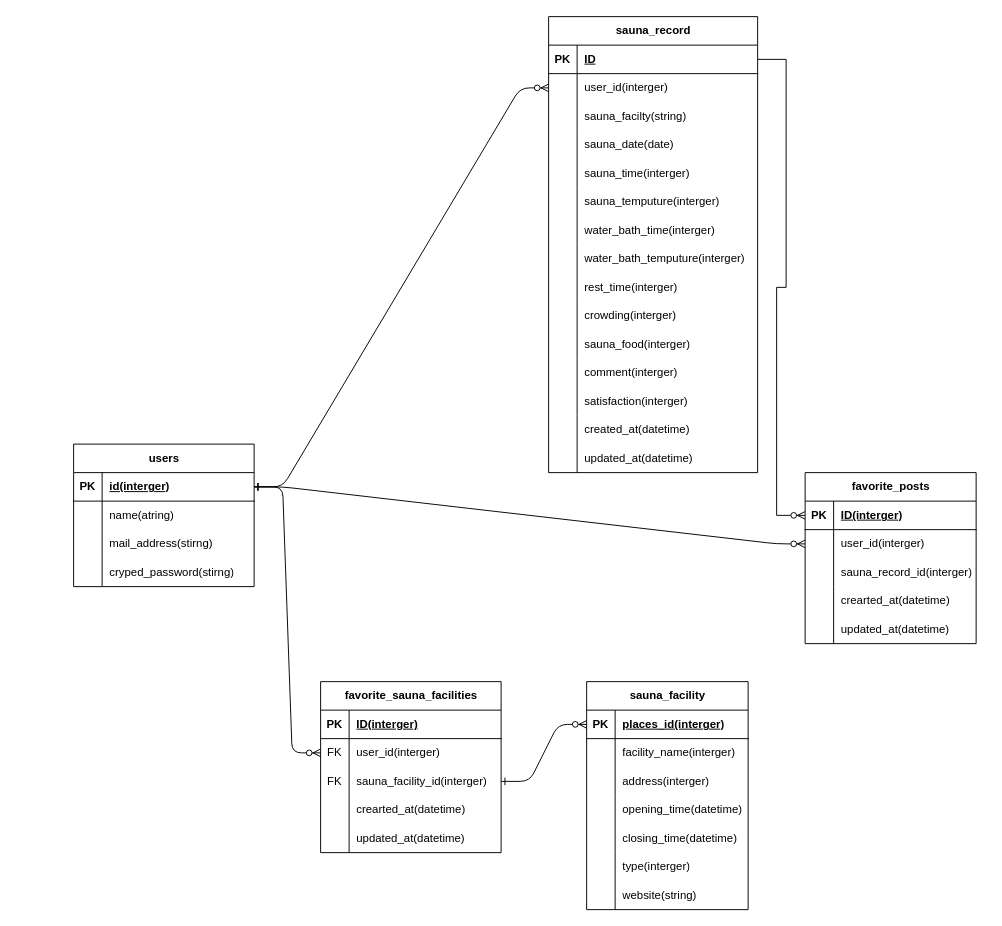
This is ER.drawio from kakaka1996/sauna_app, a draw.io file, before an edit. Source tidied: cells renumbered, new cells numbered last; positions are measured from the earlier drawing's top-left corner, leaving out a move shared by most shapes. Both pictures are drawn from the tidied source at 95%, with x=0, y=0 at pixel (73, 16).
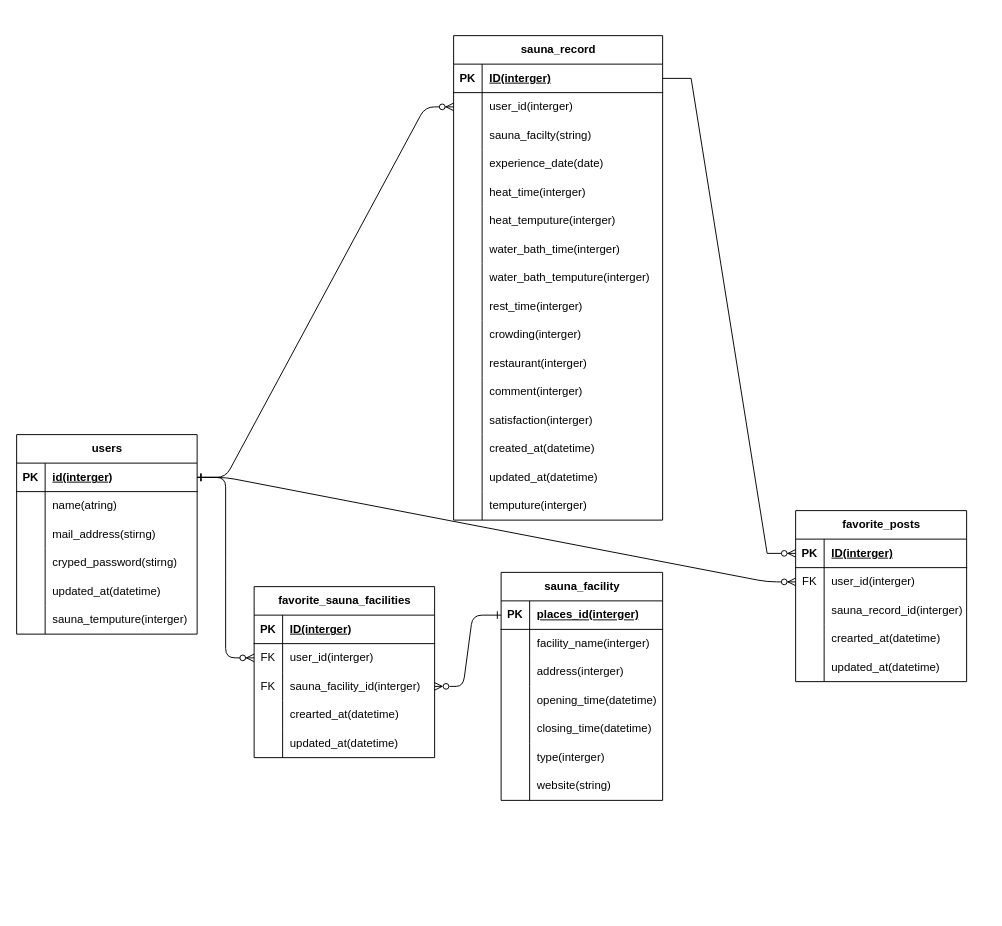
The same page after the edit.

Commit message:
コメントに対する修正

The change refers to these unchanged cells:
```xml
<mxCell id="20" style="shape=tableRow;horizontal=0;startSize=0;swimlaneHead=0;swimlaneBody=0;fillColor=none;points=[[0,0.5],[1,0.5]];portConstraint=eastwest;top=0;left=0;right=0;bottom=1;" parent="19" vertex="1">
  <mxGeometry y="30" width="220" height="30" as="geometry" />
</mxCell>
<mxCell id="29" style="shape=tableRow;horizontal=0;startSize=0;swimlaneHead=0;swimlaneBody=0;fillColor=none;top=0;left=0;right=0;bottom=0;" parent="19" vertex="1">
  <mxGeometry y="120" width="220" height="30" as="geometry" />
</mxCell>
<mxCell id="32" style="shape=tableRow;horizontal=0;startSize=0;swimlaneHead=0;swimlaneBody=0;fillColor=none;top=0;left=0;right=0;bottom=0;" parent="19" vertex="1">
  <mxGeometry y="150" width="220" height="30" as="geometry" />
</mxCell>
<mxCell id="35" style="shape=tableRow;horizontal=0;startSize=0;swimlaneHead=0;swimlaneBody=0;fillColor=none;top=0;left=0;right=0;bottom=0;" parent="19" vertex="1">
  <mxGeometry y="180" width="220" height="30" as="geometry" />
</mxCell>
<mxCell id="50" style="shape=tableRow;horizontal=0;startSize=0;swimlaneHead=0;swimlaneBody=0;fillColor=none;top=0;left=0;right=0;bottom=0;" parent="19" vertex="1">
  <mxGeometry y="330" width="220" height="30" as="geometry" />
</mxCell>
<mxCell id="69" style="shape=tableRow;horizontal=0;startSize=0;swimlaneHead=0;swimlaneBody=0;fillColor=none;points=[[0,0.5],[1,0.5]];portConstraint=eastwest;top=0;left=0;right=0;bottom=0;" parent="65" vertex="1">
  <mxGeometry y="60" width="180" height="30" as="geometry" />
</mxCell>
<mxCell id="82" style="shape=tableRow;horizontal=0;startSize=0;swimlaneHead=0;swimlaneBody=0;fillColor=none;points=[[0,0.5],[1,0.5]];portConstraint=eastwest;top=0;left=0;right=0;bottom=1;" parent="81" vertex="1">
  <mxGeometry y="30" width="170" height="30" as="geometry" />
</mxCell>
<mxCell id="110" style="shape=tableRow;horizontal=0;startSize=0;swimlaneHead=0;swimlaneBody=0;fillColor=none;points=[[0,0.5],[1,0.5]];portConstraint=eastwest;top=0;left=0;right=0;bottom=0;" parent="103" vertex="1">
  <mxGeometry y="90" width="190" height="30" as="geometry" />
</mxCell>
```

Diff of the diagram source:
```diff
@@
     <mxCell id="2" value="users" style="shape=table;startSize=30;childLayout=tableLayout;rowLines=0;fontStyle=1;align=center;html=1;" parent="1" vertex="1">
-      <mxGeometry y="450" width="190" height="150" as="geometry" />
+      <mxGeometry x="-60" y="440" width="190" height="210" as="geometry" />
     </mxCell>
@@
+    <mxCell id="124" style="shape=tableRow;horizontal=0;startSize=0;swimlaneHead=0;swimlaneBody=0;fillColor=none;top=0;left=0;right=0;bottom=0;" parent="2" vertex="1">
+      <mxGeometry y="150" width="190" height="30" as="geometry" />
+    </mxCell>
+    <mxCell id="125" style="shape=partialRectangle;fillColor=none;top=0;left=0;bottom=0;right=0;overflow=hidden;whiteSpace=wrap;html=1;" parent="124" vertex="1">
+      <mxGeometry width="30" height="30" as="geometry" />
+    </mxCell>
+    <mxCell id="126" value="&lt;span style=&quot;color: rgb(0, 0, 0);&quot;&gt;updated_at(datetime)&lt;/span&gt;" style="shape=partialRectangle;fillColor=none;top=0;left=0;bottom=0;right=0;align=left;spacingLeft=6;overflow=hidden;whiteSpace=wrap;html=1;" parent="124" vertex="1">
+      <mxGeometry x="30" width="160" height="30" as="geometry" />
+    </mxCell>
+    <mxCell id="127" style="shape=tableRow;horizontal=0;startSize=0;swimlaneHead=0;swimlaneBody=0;fillColor=none;top=0;left=0;right=0;bottom=0;" parent="2" vertex="1">
+      <mxGeometry y="180" width="190" height="30" as="geometry" />
+    </mxCell>
+    <mxCell id="128" style="shape=partialRectangle;fillColor=none;top=0;left=0;bottom=0;right=0;overflow=hidden;whiteSpace=wrap;html=1;" parent="127" vertex="1">
+      <mxGeometry width="30" height="30" as="geometry" />
+    </mxCell>
+    <mxCell id="129" value="&lt;span style=&quot;color: rgb(0, 0, 0);&quot;&gt;sauna_temputure(interger)&lt;/span&gt;" style="shape=partialRectangle;fillColor=none;top=0;left=0;bottom=0;right=0;align=left;spacingLeft=6;overflow=hidden;whiteSpace=wrap;html=1;" parent="127" vertex="1">
+      <mxGeometry x="30" width="160" height="30" as="geometry" />
+    </mxCell>
@@
     <mxCell id="19" value="sauna_record" style="shape=table;startSize=30;childLayout=tableLayout;rowLines=0;fontStyle=1;align=center;html=1;" parent="1" vertex="1">
-      <mxGeometry x="500" width="220" height="480" as="geometry" />
+      <mxGeometry x="400" y="20" width="220" height="510" as="geometry" />
     </mxCell>
@@
-    <mxCell id="22" value="ID" style="shape=partialRectangle;fillColor=none;top=0;left=0;bottom=0;right=0;align=left;spacingLeft=6;fontStyle=5;overflow=hidden;whiteSpace=wrap;html=1;" parent="20" vertex="1">
+    <mxCell id="22" value="ID(interger)" style="shape=partialRectangle;fillColor=none;top=0;left=0;bottom=0;right=0;align=left;spacingLeft=6;fontStyle=5;overflow=hidden;whiteSpace=wrap;html=1;" parent="20" vertex="1">
       <mxGeometry x="30" width="190" height="30" as="geometry" />
     </mxCell>
@@
-    <mxCell id="31" value="sauna_date(date)" style="shape=partialRectangle;fillColor=none;top=0;left=0;bottom=0;right=0;align=left;spacingLeft=6;overflow=hidden;whiteSpace=wrap;html=1;" parent="29" vertex="1">
+    <mxCell id="31" value="experience_date(date)" style="shape=partialRectangle;fillColor=none;top=0;left=0;bottom=0;right=0;align=left;spacingLeft=6;overflow=hidden;whiteSpace=wrap;html=1;" parent="29" vertex="1">
       <mxGeometry x="30" width="190" height="30" as="geometry" />
     </mxCell>
@@
-    <mxCell id="34" value="sauna_time(interger)" style="shape=partialRectangle;fillColor=none;top=0;left=0;bottom=0;right=0;align=left;spacingLeft=6;overflow=hidden;whiteSpace=wrap;html=1;" parent="32" vertex="1">
+    <mxCell id="34" value="heat_time(interger)" style="shape=partialRectangle;fillColor=none;top=0;left=0;bottom=0;right=0;align=left;spacingLeft=6;overflow=hidden;whiteSpace=wrap;html=1;" parent="32" vertex="1">
       <mxGeometry x="30" width="190" height="30" as="geometry" />
     </mxCell>
@@
-    <mxCell id="36" style="shape=partialRectangle;fillColor=none;top=0;left=0;bottom=0;right=0;overflow=hidden;whiteSpace=wrap;html=1;" parent="35" vertex="1">
-      <mxGeometry width="30" height="30" as="geometry" />
-    </mxCell>
-    <mxCell id="37" value="sauna_temputure&lt;span style=&quot;color: rgb(0, 0, 0);&quot;&gt;(interger)&lt;/span&gt;" style="shape=partialRectangle;fillColor=none;top=0;left=0;bottom=0;right=0;align=left;spacingLeft=6;overflow=hidden;whiteSpace=wrap;html=1;" parent="35" vertex="1">
-      <mxGeometry x="30" width="190" height="30" as="geometry" />
-    </mxCell>
+    <mxCell id="130" style="shape=partialRectangle;fillColor=none;top=0;left=0;bottom=0;right=0;overflow=hidden;whiteSpace=wrap;html=1;" parent="35" vertex="1">
+      <mxGeometry width="30" height="30" as="geometry" />
+    </mxCell>
+    <mxCell id="131" value="heat_temputure(interger)" style="shape=partialRectangle;fillColor=none;top=0;left=0;bottom=0;right=0;align=left;spacingLeft=6;overflow=hidden;whiteSpace=wrap;html=1;" parent="35" vertex="1">
+      <mxGeometry x="30" width="190" height="30" as="geometry" />
+    </mxCell>
@@
-    <mxCell id="52" value="sauna_food(interger)" style="shape=partialRectangle;fillColor=none;top=0;left=0;bottom=0;right=0;align=left;spacingLeft=6;overflow=hidden;whiteSpace=wrap;html=1;" parent="50" vertex="1">
+    <mxCell id="52" value="restaurant(interger)" style="shape=partialRectangle;fillColor=none;top=0;left=0;bottom=0;right=0;align=left;spacingLeft=6;overflow=hidden;whiteSpace=wrap;html=1;" parent="50" vertex="1">
       <mxGeometry x="30" width="190" height="30" as="geometry" />
     </mxCell>
@@
+    <mxCell id="132" style="shape=tableRow;horizontal=0;startSize=0;swimlaneHead=0;swimlaneBody=0;fillColor=none;top=0;left=0;right=0;bottom=0;" parent="19" vertex="1">
+      <mxGeometry y="480" width="220" height="30" as="geometry" />
+    </mxCell>
+    <mxCell id="133" style="shape=partialRectangle;fillColor=none;top=0;left=0;bottom=0;right=0;overflow=hidden;whiteSpace=wrap;html=1;" parent="132" vertex="1">
+      <mxGeometry width="30" height="30" as="geometry" />
+    </mxCell>
+    <mxCell id="134" value="temputure(interger)" style="shape=partialRectangle;fillColor=none;top=0;left=0;bottom=0;right=0;align=left;spacingLeft=6;overflow=hidden;whiteSpace=wrap;html=1;" parent="132" vertex="1">
+      <mxGeometry x="30" width="190" height="30" as="geometry" />
+    </mxCell>
     <mxCell id="65" value="favorite_posts" style="shape=table;startSize=30;childLayout=tableLayout;rowLines=0;fontStyle=1;align=center;html=1;" parent="1" vertex="1">
-      <mxGeometry x="770" y="480" width="180" height="180" as="geometry" />
+      <mxGeometry x="760" y="520" width="180" height="180" as="geometry" />
     </mxCell>
@@
-    <mxCell id="70" style="shape=partialRectangle;fillColor=none;top=0;left=0;bottom=0;right=0;overflow=hidden;whiteSpace=wrap;html=1;" parent="69" vertex="1">
+    <mxCell id="70" value="FK" style="shape=partialRectangle;fillColor=none;top=0;left=0;bottom=0;right=0;overflow=hidden;whiteSpace=wrap;html=1;" parent="69" vertex="1">
       <mxGeometry width="30" height="30" as="geometry" />
     </mxCell>
@@
     <mxCell id="81" value="sauna_facility" style="shape=table;startSize=30;childLayout=tableLayout;rowLines=0;fontStyle=1;align=center;html=1;" parent="1" vertex="1">
-      <mxGeometry x="540" y="700" width="170" height="240" as="geometry" />
+      <mxGeometry x="450" y="585" width="170" height="240" as="geometry" />
     </mxCell>
@@
     <mxCell id="103" value="favorite_sauna_facilities" style="shape=table;startSize=30;childLayout=tableLayout;rowLines=0;fontStyle=1;align=center;html=1;" parent="1" vertex="1">
-      <mxGeometry x="260" y="700" width="190" height="180" as="geometry" />
+      <mxGeometry x="190" y="600" width="190" height="180" as="geometry" />
     </mxCell>
@@
-    <mxCell id="123" style="edgeStyle=entityRelationEdgeStyle;fontSize=12;html=1;endArrow=ERzeroToMany;endFill=1;startArrow=ERone;startFill=0;exitX=1;exitY=0.5;exitDx=0;exitDy=0;entryX=0;entryY=0.5;entryDx=0;entryDy=0;" parent="1" edge="1" source="110" target="82">
-      <mxGeometry relative="1" as="geometry">
-        <Array as="points">
-          <mxPoint x="1240" y="1135" />
-        </Array>
-      </mxGeometry>
+    <mxCell id="123" style="edgeStyle=entityRelationEdgeStyle;fontSize=12;html=1;endArrow=ERone;startArrow=ERzeroToMany;exitX=1;exitY=0.5;exitDx=0;exitDy=0;entryX=0;entryY=0.5;entryDx=0;entryDy=0;startFill=0;endFill=0;" parent="1" edge="1" source="110" target="82">
+      <mxGeometry relative="1" as="geometry" />
     </mxCell>
```
